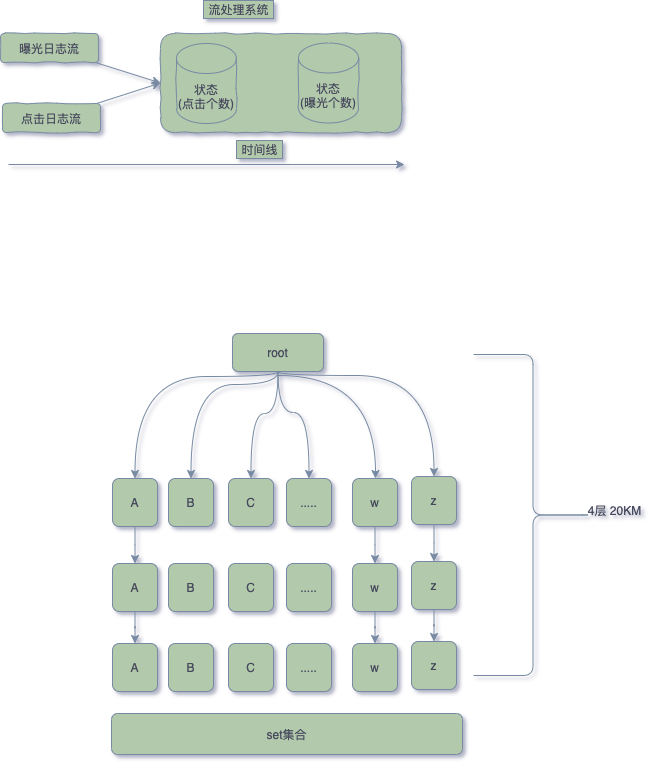
xingdong015/blog keeps this draw.io diagram as blog-img.png. Above is the earlier version. Source tidied: cells renumbered, new cells last; positions are measured from the earlier drawing's top-left corner, leaving out a move shared by most shapes.
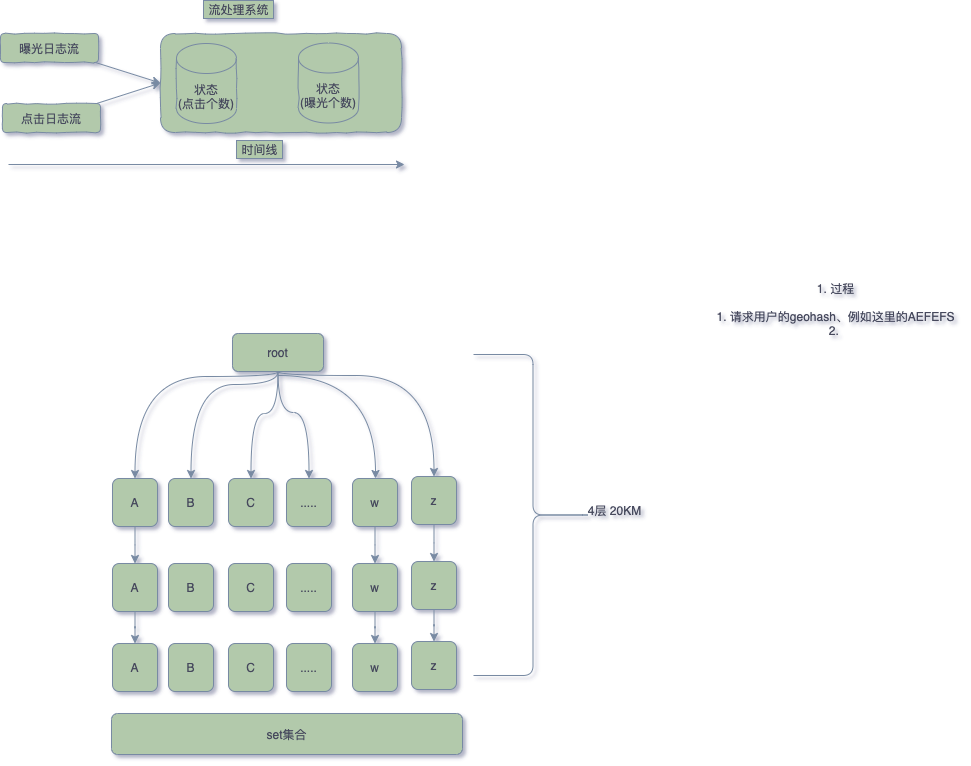
The same diagram one commit later.

What changed in the source:
```diff
@@ -167,5 +167,8 @@
     <mxCell id="45" value="set集合" style="rounded=1;whiteSpace=wrap;html=1;sketch=0;strokeColor=#788AA3;fillColor=#B2C9AB;fontColor=#46495D;" parent="1" vertex="1">
       <mxGeometry x="111" y="713" width="351" height="41" as="geometry" />
     </mxCell>
+    <mxCell id="46" value="1. 过程&lt;br&gt;&lt;br&gt;1. 请求用户的geohash、例如这里的AEFEFS&lt;br&gt;2.&amp;nbsp;&lt;br&gt;&lt;br&gt;&lt;br&gt;&lt;br&gt;&lt;br&gt;&lt;br&gt;&lt;br&gt;&lt;br&gt;&lt;br&gt;&lt;br&gt;&lt;br&gt;&lt;br&gt;" style="text;html=1;align=center;verticalAlign=middle;fontColor=#46495D;" parent="1" vertex="1">
+      <mxGeometry x="711" y="279" width="248" height="214" as="geometry" />
+    </mxCell>
   </root>
 </mxGraphModel>
```
